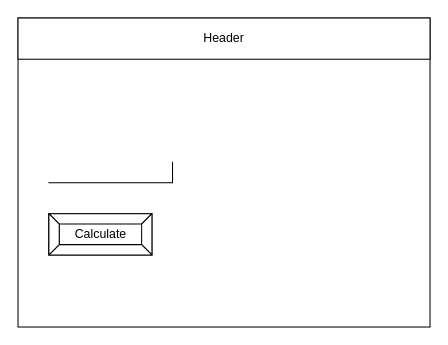
Alex-Nelson-1/ICS2O-UNIT5-03-JS-ELSE-IF keeps this draw.io diagram as design/story-board.drawio. Above is the earlier version. Source tidied: cells renumbered, new cells numbered last; positions are measured from the earlier drawing's top-left corner, leaving out a move shared by most shapes. Both pictures are drawn from the tidied source at 103%, with x=0, y=0 at pixel (18, 18).
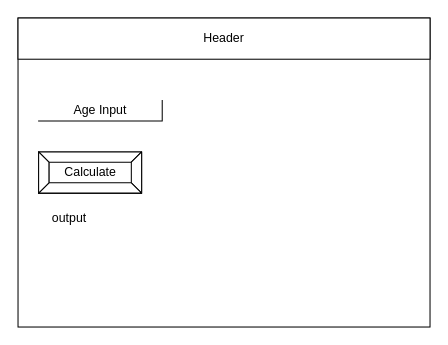
After the change.

Commit message (it also covers changes not shown here):
added flowchart and storyboard

What changed in the source:
```diff
@@
 <mxGraphModel>
   <root>
     <mxCell id="0" />
     <mxCell id="1" parent="0" />
     <mxCell id="2" style="rounded=0;whiteSpace=wrap;html=1;" parent="1" vertex="1">
       <mxGeometry width="400" height="300" as="geometry" />
     </mxCell>
     <mxCell id="3" value="Header" style="rounded=0;whiteSpace=wrap;html=1;" parent="1" vertex="1">
       <mxGeometry width="400" height="40" as="geometry" />
     </mxCell>
-    <mxCell id="4" style="shape=partialRectangle;whiteSpace=wrap;html=1;top=0;left=0;fillColor=none;" parent="1" vertex="1">
-      <mxGeometry x="30" y="140" width="120" height="20" as="geometry" />
+    <mxCell id="4" value="Age Input" style="shape=partialRectangle;whiteSpace=wrap;html=1;top=0;left=0;fillColor=none;" parent="1" vertex="1">
+      <mxGeometry x="20" y="80" width="120" height="20" as="geometry" />
     </mxCell>
     <mxCell id="5" value="Calculate" style="labelPosition=center;verticalLabelPosition=middle;align=center;html=1;shape=mxgraph.basic.button;dx=10;" parent="1" vertex="1">
-      <mxGeometry x="30" y="190" width="100" height="40" as="geometry" />
+      <mxGeometry x="20" y="130" width="100" height="40" as="geometry" />
     </mxCell>
+    <mxCell id="6" value="output" style="text;html=1;strokeColor=none;fillColor=none;align=center;verticalAlign=middle;whiteSpace=wrap;rounded=0;" parent="1" vertex="1">
+      <mxGeometry x="20" y="180" width="60" height="30" as="geometry" />
+    </mxCell>
   </root>
 </mxGraphModel>
```
